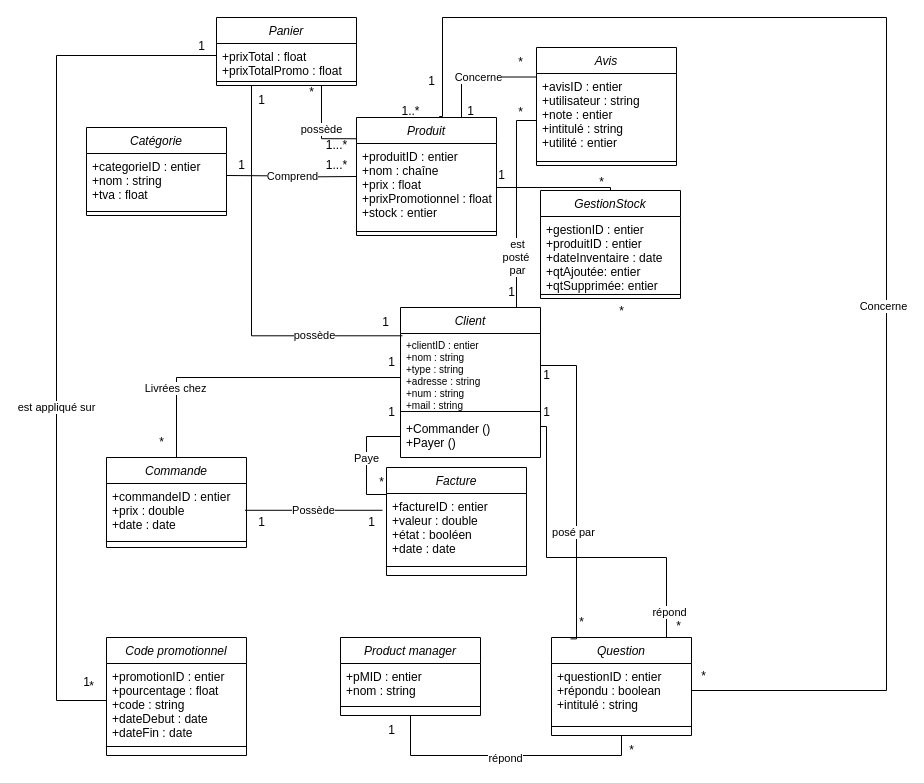
The draw.io diagram Modele de classe réduit.drawio in Pi-erren/Canard_Dodu, before the edit. Source tidied: cells renumbered, new cells numbered last; positions are measured from the earlier drawing's top-left corner, leaving out a move shared by most shapes. Both pictures are drawn from the tidied source at 100%, with x=0, y=0 at pixel (56, 17).
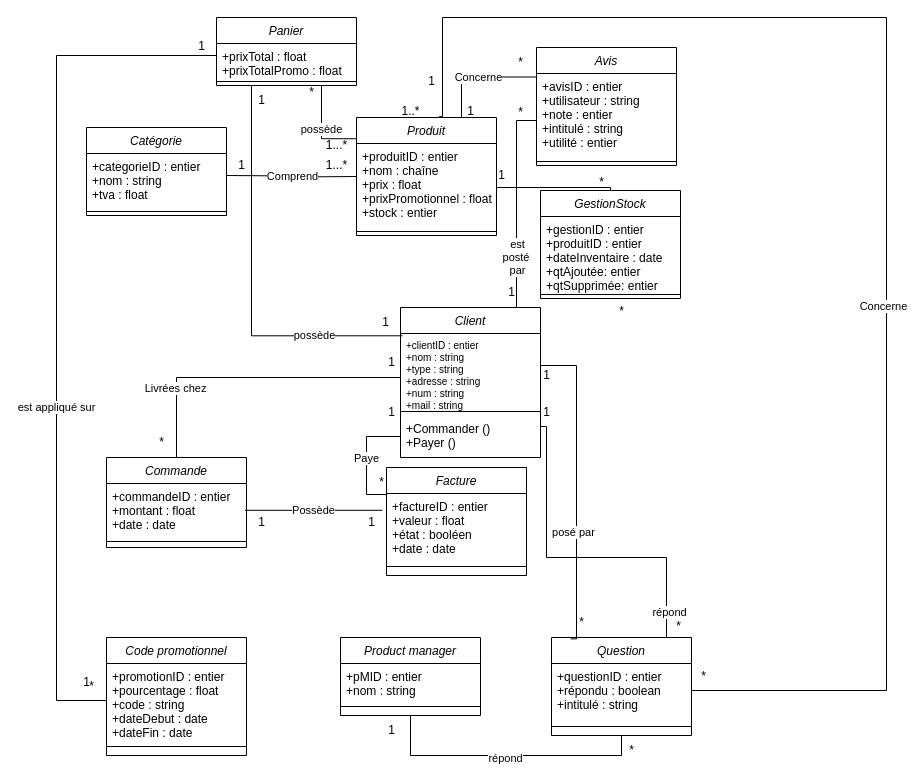
The same diagram, later.

Commit message (it also covers changes not shown here):
Mettre à jour Modele de classe réduit.drawio

The change refers to these unchanged cells:
```xml
<mxCell id="16" value="Commande" style="swimlane;fontStyle=2;align=center;verticalAlign=top;horizontal=1;startSize=26;rounded=0;shadow=0;strokeWidth=1;" parent="1" vertex="1">
  <mxGeometry x="50" y="440" width="140" height="90" as="geometry" />
</mxCell>
<mxCell id="19" value="Facture" style="swimlane;fontStyle=2;align=center;verticalAlign=top;horizontal=1;startSize=26;rounded=0;shadow=0;strokeWidth=1;" parent="1" vertex="1">
  <mxGeometry x="330" y="450" width="140" height="108" as="geometry" />
</mxCell>
```

What changed in the source:
```diff
@@
-    <mxCell id="17" value="+commandeID : entier&#10;+prix : double&#10;+date : date" style="text;align=left;verticalAlign=top;spacingLeft=4;spacingRight=4;overflow=hidden;" parent="16" vertex="1">
+    <mxCell id="17" value="+commandeID : entier&#10;+montant : float&#10;+date : date" style="text;align=left;verticalAlign=top;spacingLeft=4;spacingRight=4;overflow=hidden;" parent="16" vertex="1">
       <mxGeometry y="26" width="140" height="54" as="geometry" />
     </mxCell>
@@
-    <mxCell id="20" value="+factureID : entier&#10;+valeur : double&#10;+état : booléen&#10;+date : date" style="text;align=left;verticalAlign=top;spacingLeft=4;spacingRight=4;overflow=hidden;" parent="19" vertex="1">
+    <mxCell id="20" value="+factureID : entier&#10;+valeur : float&#10;+état : booléen&#10;+date : date" style="text;align=left;verticalAlign=top;spacingLeft=4;spacingRight=4;overflow=hidden;" parent="19" vertex="1">
       <mxGeometry y="26" width="140" height="64" as="geometry" />
     </mxCell>
```
